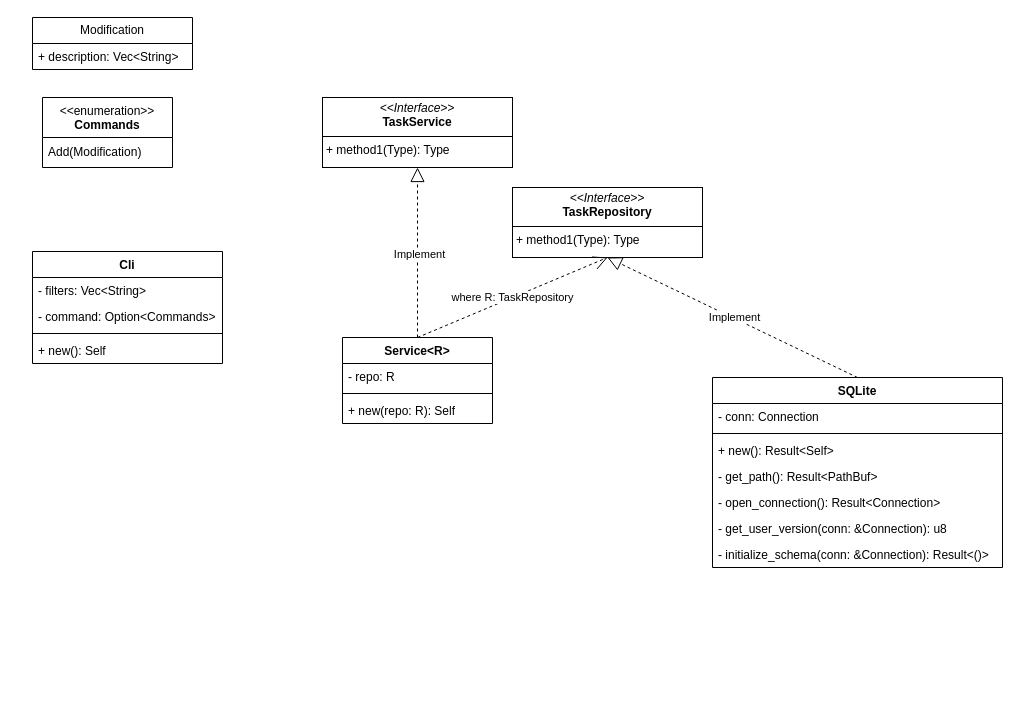
Before: docs/diagram.drawio in rvnkcode/dawn, a draw.io diagram. Source tidied: cells renumbered, new cells numbered last; positions are measured from the earlier drawing's top-left corner, leaving out a move shared by most shapes. Both pictures are drawn from the tidied source at 100%, with x=0, y=0 at pixel (32, 17).
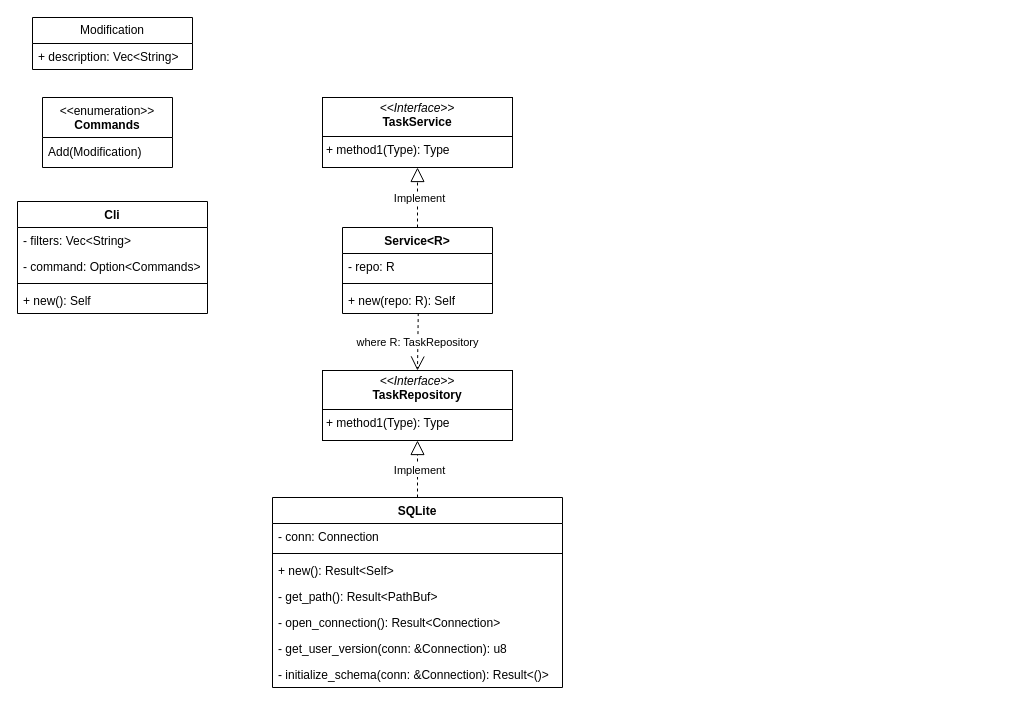
The same diagram, later.

The change refers to these unchanged cells:
```xml
<mxCell id="17" value="+ new(repo: R): Self" style="text;strokeColor=none;fillColor=none;align=left;verticalAlign=top;spacingLeft=4;spacingRight=4;overflow=hidden;points=[[0,0.5],[1,0.5]];portConstraint=eastwest;whiteSpace=wrap;html=1;" parent="14" vertex="1">
  <mxGeometry y="60" width="150" height="26" as="geometry" />
</mxCell>
```

Diff of the diagram source:
```diff
@@
     <mxCell id="2" value="SQLite" style="swimlane;fontStyle=1;align=center;verticalAlign=top;horizontal=1;startSize=26;whiteSpace=wrap;html=1;" parent="1" vertex="1">
-      <mxGeometry x="680" y="360" width="290" height="190" as="geometry" />
+      <mxGeometry x="240" y="480" width="290" height="190" as="geometry" />
     </mxCell>
@@
     <mxCell id="10" value="&lt;p style=&quot;margin:0px;margin-top:4px;text-align:center;&quot;&gt;&lt;i&gt;&amp;lt;&amp;lt;Interface&amp;gt;&amp;gt;&lt;/i&gt;&lt;br&gt;&lt;b&gt;TaskRepository&lt;/b&gt;&lt;/p&gt;&lt;hr size=&quot;1&quot; style=&quot;border-style:solid;&quot;&gt;&lt;p style=&quot;margin:0px;margin-left:4px;&quot;&gt;+ method1(Type): Type&lt;/p&gt;" style="verticalAlign=top;align=left;overflow=fill;html=1;whiteSpace=wrap;" parent="1" vertex="1">
-      <mxGeometry x="480" y="170" width="190" height="70" as="geometry" />
+      <mxGeometry x="290" y="353" width="190" height="70" as="geometry" />
     </mxCell>
@@
     <mxCell id="14" value="Service&amp;lt;R&amp;gt;" style="swimlane;fontStyle=1;align=center;verticalAlign=top;horizontal=1;startSize=26;whiteSpace=wrap;html=1;" parent="1" vertex="1">
-      <mxGeometry x="310" y="320" width="150" height="86" as="geometry" />
+      <mxGeometry x="310" y="210" width="150" height="86" as="geometry" />
     </mxCell>
@@
-    <mxCell id="20" value="where R: TaskRepository" style="endArrow=open;endSize=12;dashed=1;html=1;rounded=0;exitX=0.5;exitY=0;exitDx=0;exitDy=0;entryX=0.5;entryY=1;entryDx=0;entryDy=0;" parent="1" edge="1" source="14" target="10">
+    <mxCell id="20" value="where R: TaskRepository" style="endArrow=open;endSize=12;dashed=1;html=1;rounded=0;exitX=0.505;exitY=0.984;exitDx=0;exitDy=0;entryX=0.5;entryY=0;entryDx=0;entryDy=0;exitPerimeter=0;" parent="1" edge="1" source="17" target="10">
       <mxGeometry relative="1" as="geometry" />
     </mxCell>
     <mxCell id="21" value="Cli" style="swimlane;fontStyle=1;align=center;verticalAlign=top;horizontal=1;startSize=26;whiteSpace=wrap;html=1;" parent="1" vertex="1">
-      <mxGeometry y="234" width="190" height="112" as="geometry" />
+      <mxGeometry x="-15" y="184" width="190" height="112" as="geometry" />
     </mxCell>
```
